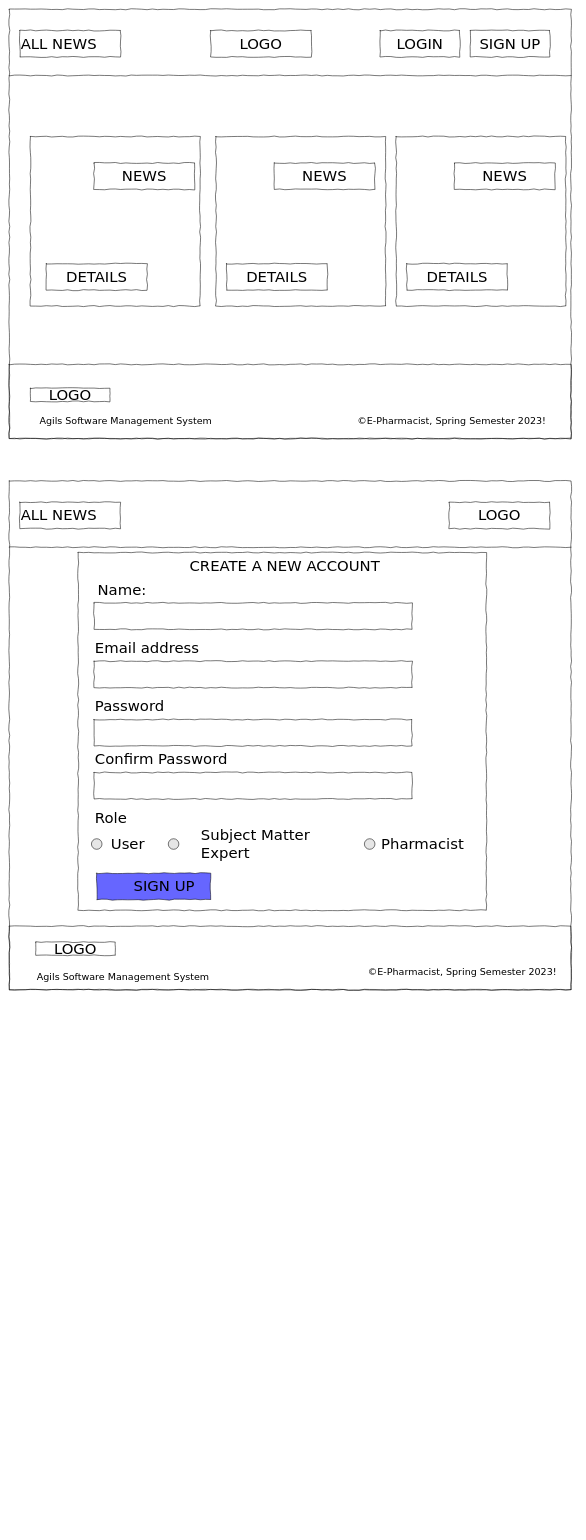
This is WireFrames/wireframe for patients/user .drawio from pemachozom/E-Pharmacy, a draw.io file, before an edit. Source tidied: cells renumbered, new cells numbered last; positions are measured from the earlier drawing's top-left corner, leaving out a move shared by most shapes. Both pictures are drawn from the tidied source at 53%, with x=0, y=0 at pixel (9, 9).
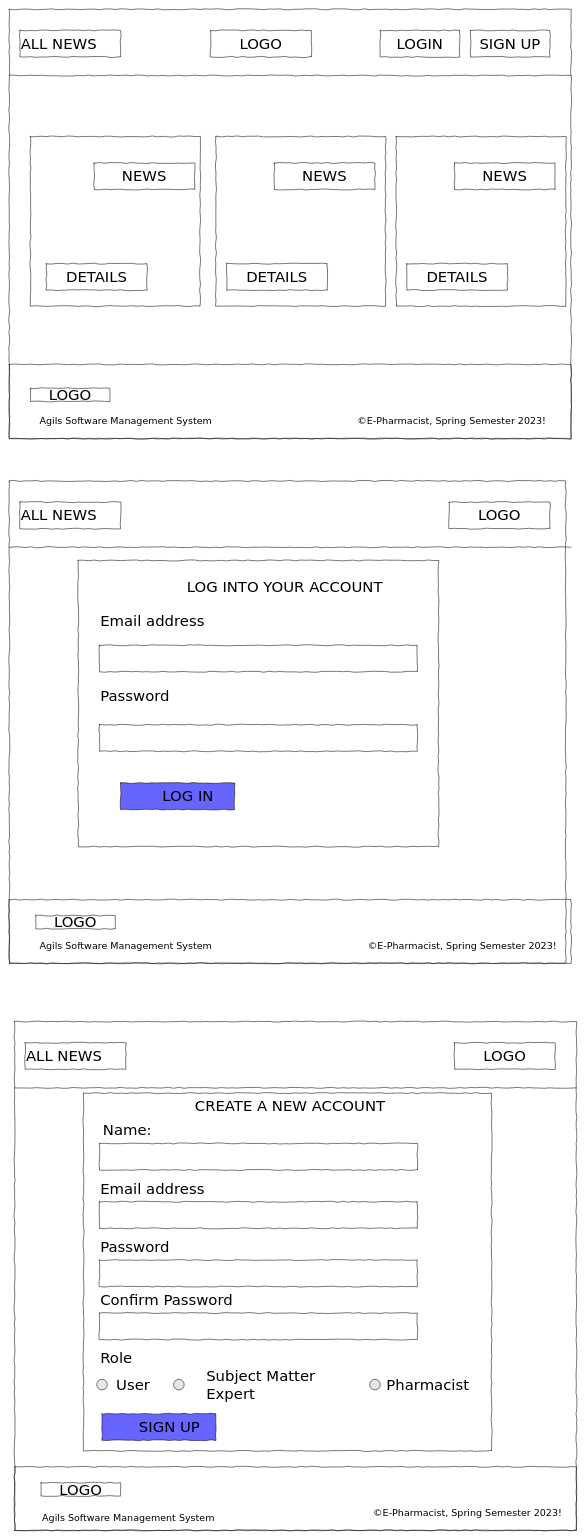
Above is the later version.

Commit message (it also covers changes not shown here):
Update wireframe for patients/user .drawio

Diff of the diagram source:
```diff
@@
     <mxCell id="21" style="whiteSpace=wrap;html=1;rounded=0;shadow=0;labelBackgroundColor=none;strokeColor=#000000;strokeWidth=1;fillColor=none;fontFamily=Verdana;fontSize=12;fontColor=#000000;align=center;comic=1;" parent="1" vertex="1">
-      <mxGeometry y="890" width="1060" height="960" as="geometry" />
+      <mxGeometry y="890" width="1050" height="910" as="geometry" />
     </mxCell>
@@
     <mxCell id="24" value="&lt;div style=&quot;text-align: justify&quot;&gt;&lt;br&gt;&lt;/div&gt;" style="whiteSpace=wrap;html=1;rounded=0;shadow=0;labelBackgroundColor=none;strokeWidth=1;fillColor=none;fontFamily=Verdana;fontSize=12;align=center;verticalAlign=top;spacing=10;comic=1;" parent="1" vertex="1">
-      <mxGeometry y="1730" width="1060" height="120" as="geometry" />
+      <mxGeometry y="1680" width="1060" height="120" as="geometry" />
     </mxCell>
@@
     <mxCell id="26" style="whiteSpace=wrap;html=1;rounded=0;shadow=0;labelBackgroundColor=none;strokeWidth=1;fillColor=none;fontFamily=Verdana;fontSize=12;align=center;comic=1;" parent="1" vertex="1">
-      <mxGeometry x="130" y="1025" width="770" height="675" as="geometry" />
+      <mxGeometry x="130" y="1040" width="680" height="540" as="geometry" />
     </mxCell>
-    <mxCell id="27" value="CREATE A NEW ACCOUNT" style="whiteSpace=wrap;html=1;rounded=0;shadow=0;labelBackgroundColor=none;strokeWidth=1;fontFamily=Verdana;fontSize=28;align=center;comic=1;strokeColor=none;" parent="1" vertex="1">
-      <mxGeometry x="260" y="1030" width="520" height="40" as="geometry" />
+    <mxCell id="27" value="LOG INTO YOUR ACCOUNT" style="whiteSpace=wrap;html=1;rounded=0;shadow=0;labelBackgroundColor=none;strokeWidth=1;fontFamily=Verdana;fontSize=28;align=center;comic=1;strokeColor=none;" parent="1" vertex="1">
+      <mxGeometry x="260" y="1070" width="520" height="40" as="geometry" />
     </mxCell>
     <mxCell id="28" value="LOGO" style="whiteSpace=wrap;html=1;rounded=0;shadow=0;labelBackgroundColor=none;strokeWidth=1;fontFamily=Verdana;fontSize=28;align=center;comic=1;" parent="1" vertex="1">
-      <mxGeometry x="50" y="1760" width="150" height="25" as="geometry" />
+      <mxGeometry x="50" y="1710" width="150" height="25" as="geometry" />
     </mxCell>
     <mxCell id="29" value="&lt;font style=&quot;font-size: 18px;&quot;&gt;Agils Software Management System&lt;/font&gt;" style="whiteSpace=wrap;html=1;rounded=0;shadow=0;labelBackgroundColor=none;strokeWidth=1;fontFamily=Verdana;fontSize=28;align=center;comic=1;strokeColor=none;" parent="1" vertex="1">
-      <mxGeometry x="35" y="1810" width="360" height="25" as="geometry" />
+      <mxGeometry x="40" y="1750" width="360" height="25" as="geometry" />
     </mxCell>
     <mxCell id="30" value="&lt;font style=&quot;font-size: 18px;&quot;&gt;©E-Pharmacist, Spring Semester 2023!&lt;/font&gt;" style="whiteSpace=wrap;html=1;rounded=0;shadow=0;labelBackgroundColor=none;strokeWidth=1;fontFamily=Verdana;fontSize=28;align=center;comic=1;strokeColor=none;" parent="1" vertex="1">
-      <mxGeometry x="670" y="1800" width="370" height="25" as="geometry" />
+      <mxGeometry x="670" y="1750" width="370" height="25" as="geometry" />
     </mxCell>
-    <mxCell id="31" value="Name:" style="whiteSpace=wrap;html=1;rounded=0;shadow=0;labelBackgroundColor=none;strokeWidth=1;fontFamily=Verdana;fontSize=28;align=left;comic=1;strokeColor=none;" parent="1" vertex="1">
-      <mxGeometry x="165" y="1080" width="110" height="30" as="geometry" />
+    <mxCell id="31" value="Email address" style="whiteSpace=wrap;html=1;rounded=0;shadow=0;labelBackgroundColor=none;strokeWidth=1;fontFamily=Verdana;fontSize=28;align=left;comic=1;strokeColor=none;" parent="1" vertex="1">
+      <mxGeometry x="170" y="1140" width="235" height="30" as="geometry" />
     </mxCell>
     <mxCell id="32" style="whiteSpace=wrap;html=1;rounded=0;shadow=0;labelBackgroundColor=none;strokeWidth=1;fontFamily=Verdana;fontSize=28;align=left;comic=1;" parent="1" vertex="1">
-      <mxGeometry x="160" y="1120" width="600" height="50" as="geometry" />
+      <mxGeometry x="170" y="1200" width="600" height="50" as="geometry" />
     </mxCell>
-    <mxCell id="33" value="Email address" style="whiteSpace=wrap;html=1;rounded=0;shadow=0;labelBackgroundColor=none;strokeWidth=1;fontFamily=Verdana;fontSize=28;align=left;comic=1;strokeColor=none;" parent="1" vertex="1">
-      <mxGeometry x="160" y="1190" width="200" height="30" as="geometry" />
+    <mxCell id="33" value="Password" style="whiteSpace=wrap;html=1;rounded=0;shadow=0;labelBackgroundColor=none;strokeWidth=1;fontFamily=Verdana;fontSize=28;align=left;comic=1;strokeColor=none;" parent="1" vertex="1">
+      <mxGeometry x="170" y="1280" width="200" height="30" as="geometry" />
     </mxCell>
     <mxCell id="34" style="whiteSpace=wrap;html=1;rounded=0;shadow=0;labelBackgroundColor=none;strokeWidth=1;fontFamily=Verdana;fontSize=28;align=left;comic=1;" parent="1" vertex="1">
-      <mxGeometry x="160" y="1230" width="600" height="50" as="geometry" />
+      <mxGeometry x="170" y="1350" width="600" height="50" as="geometry" />
     </mxCell>
+    <mxCell id="40" value="&lt;blockquote style=&quot;margin: 0 0 0 40px; border: none; padding: 0px;&quot;&gt;LOG IN&lt;/blockquote&gt;" style="whiteSpace=wrap;html=1;rounded=0;shadow=0;labelBackgroundColor=none;strokeWidth=1;fontFamily=Verdana;fontSize=28;align=center;comic=1;fillColor=#6666FF;" parent="1" vertex="1">
+      <mxGeometry x="210" y="1460" width="215" height="50" as="geometry" />
+    </mxCell>
+    <mxCell id="47" style="whiteSpace=wrap;html=1;rounded=0;shadow=0;labelBackgroundColor=none;strokeColor=#000000;strokeWidth=1;fillColor=none;fontFamily=Verdana;fontSize=12;fontColor=#000000;align=center;comic=1;" parent="1" vertex="1">
+      <mxGeometry x="10" y="1910" width="1060" height="960" as="geometry" />
+    </mxCell>
+    <mxCell id="48" value="ALL NEWS" style="whiteSpace=wrap;html=1;rounded=0;shadow=0;labelBackgroundColor=none;strokeWidth=1;fontFamily=Verdana;fontSize=28;align=left;comic=1;" parent="1" vertex="1">
+      <mxGeometry x="30" y="1950" width="190" height="50" as="geometry" />
+    </mxCell>
+    <mxCell id="49" style="line;strokeWidth=1;html=1;rounded=0;shadow=0;labelBackgroundColor=none;fillColor=none;fontFamily=Verdana;fontSize=14;fontColor=#000000;align=center;comic=1;" parent="1" vertex="1">
+      <mxGeometry x="10" y="2030" width="1060" height="10" as="geometry" />
+    </mxCell>
+    <mxCell id="50" value="&lt;div style=&quot;text-align: justify&quot;&gt;&lt;br&gt;&lt;/div&gt;" style="whiteSpace=wrap;html=1;rounded=0;shadow=0;labelBackgroundColor=none;strokeWidth=1;fillColor=none;fontFamily=Verdana;fontSize=12;align=center;verticalAlign=top;spacing=10;comic=1;" parent="1" vertex="1">
+      <mxGeometry x="10" y="2750" width="1060" height="120" as="geometry" />
+    </mxCell>
+    <mxCell id="51" value="LOGO" style="whiteSpace=wrap;html=1;rounded=0;shadow=0;labelBackgroundColor=none;strokeWidth=1;fontFamily=Verdana;fontSize=28;align=center;comic=1;" parent="1" vertex="1">
+      <mxGeometry x="840" y="1950" width="190" height="50" as="geometry" />
+    </mxCell>
+    <mxCell id="52" style="whiteSpace=wrap;html=1;rounded=0;shadow=0;labelBackgroundColor=none;strokeWidth=1;fillColor=none;fontFamily=Verdana;fontSize=12;align=center;comic=1;" parent="1" vertex="1">
+      <mxGeometry x="140" y="2045" width="770" height="675" as="geometry" />
+    </mxCell>
+    <mxCell id="53" value="CREATE A NEW ACCOUNT" style="whiteSpace=wrap;html=1;rounded=0;shadow=0;labelBackgroundColor=none;strokeWidth=1;fontFamily=Verdana;fontSize=28;align=center;comic=1;strokeColor=none;" parent="1" vertex="1">
+      <mxGeometry x="270" y="2050" width="520" height="40" as="geometry" />
+    </mxCell>
+    <mxCell id="54" value="LOGO" style="whiteSpace=wrap;html=1;rounded=0;shadow=0;labelBackgroundColor=none;strokeWidth=1;fontFamily=Verdana;fontSize=28;align=center;comic=1;" parent="1" vertex="1">
+      <mxGeometry x="60" y="2780" width="150" height="25" as="geometry" />
+    </mxCell>
+    <mxCell id="55" value="&lt;font style=&quot;font-size: 18px;&quot;&gt;Agils Software Management System&lt;/font&gt;" style="whiteSpace=wrap;html=1;rounded=0;shadow=0;labelBackgroundColor=none;strokeWidth=1;fontFamily=Verdana;fontSize=28;align=center;comic=1;strokeColor=none;" parent="1" vertex="1">
+      <mxGeometry x="45" y="2830" width="360" height="25" as="geometry" />
+    </mxCell>
+    <mxCell id="56" value="&lt;font style=&quot;font-size: 18px;&quot;&gt;©E-Pharmacist, Spring Semester 2023!&lt;/font&gt;" style="whiteSpace=wrap;html=1;rounded=0;shadow=0;labelBackgroundColor=none;strokeWidth=1;fontFamily=Verdana;fontSize=28;align=center;comic=1;strokeColor=none;" parent="1" vertex="1">
+      <mxGeometry x="680" y="2820" width="370" height="25" as="geometry" />
+    </mxCell>
+    <mxCell id="57" value="Name:" style="whiteSpace=wrap;html=1;rounded=0;shadow=0;labelBackgroundColor=none;strokeWidth=1;fontFamily=Verdana;fontSize=28;align=left;comic=1;strokeColor=none;" parent="1" vertex="1">
+      <mxGeometry x="175" y="2100" width="110" height="30" as="geometry" />
+    </mxCell>
+    <mxCell id="58" style="whiteSpace=wrap;html=1;rounded=0;shadow=0;labelBackgroundColor=none;strokeWidth=1;fontFamily=Verdana;fontSize=28;align=left;comic=1;" parent="1" vertex="1">
+      <mxGeometry x="170" y="2140" width="600" height="50" as="geometry" />
+    </mxCell>
+    <mxCell id="59" value="Email address" style="whiteSpace=wrap;html=1;rounded=0;shadow=0;labelBackgroundColor=none;strokeWidth=1;fontFamily=Verdana;fontSize=28;align=left;comic=1;strokeColor=none;" parent="1" vertex="1">
+      <mxGeometry x="170" y="2210" width="200" height="30" as="geometry" />
+    </mxCell>
+    <mxCell id="60" style="whiteSpace=wrap;html=1;rounded=0;shadow=0;labelBackgroundColor=none;strokeWidth=1;fontFamily=Verdana;fontSize=28;align=left;comic=1;" parent="1" vertex="1">
+      <mxGeometry x="170" y="2250" width="600" height="50" as="geometry" />
+    </mxCell>
     <mxCell id="35" value="Password" style="whiteSpace=wrap;html=1;rounded=0;shadow=0;labelBackgroundColor=none;strokeWidth=1;fontFamily=Verdana;fontSize=28;align=left;comic=1;strokeColor=none;" parent="1" vertex="1">
-      <mxGeometry x="160" y="1300" width="110" height="30" as="geometry" />
+      <mxGeometry x="170" y="2320" width="110" height="30" as="geometry" />
     </mxCell>
-    <mxCell id="36" style="whiteSpace=wrap;html=1;rounded=0;shadow=0;labelBackgroundColor=none;strokeWidth=1;fontFamily=Verdana;fontSize=28;align=left;comic=1;" parent="1" vertex="1">
-      <mxGeometry x="160" y="1340" width="600" height="50" as="geometry" />
-    </mxCell>
+    <mxCell id="61" style="whiteSpace=wrap;html=1;rounded=0;shadow=0;labelBackgroundColor=none;strokeWidth=1;fontFamily=Verdana;fontSize=28;align=left;comic=1;" parent="1" vertex="1">
+      <mxGeometry x="170" y="2360" width="600" height="50" as="geometry" />
+    </mxCell>
     <mxCell id="37" value="Confirm Password" style="whiteSpace=wrap;html=1;rounded=0;shadow=0;labelBackgroundColor=none;strokeWidth=1;fontFamily=Verdana;fontSize=28;align=left;comic=1;strokeColor=none;" parent="1" vertex="1">
-      <mxGeometry x="160" y="1400" width="280" height="30" as="geometry" />
+      <mxGeometry x="170" y="2420" width="280" height="30" as="geometry" />
     </mxCell>
-    <mxCell id="38" style="whiteSpace=wrap;html=1;rounded=0;shadow=0;labelBackgroundColor=none;strokeWidth=1;fontFamily=Verdana;fontSize=28;align=left;comic=1;" parent="1" vertex="1">
-      <mxGeometry x="160" y="1440" width="600" height="50" as="geometry" />
-    </mxCell>
+    <mxCell id="62" style="whiteSpace=wrap;html=1;rounded=0;shadow=0;labelBackgroundColor=none;strokeWidth=1;fontFamily=Verdana;fontSize=28;align=left;comic=1;" parent="1" vertex="1">
+      <mxGeometry x="170" y="2460" width="600" height="50" as="geometry" />
+    </mxCell>
     <mxCell id="39" value="&lt;font style=&quot;font-size: 28px;&quot;&gt;Role&lt;/font&gt;" style="whiteSpace=wrap;html=1;rounded=0;shadow=0;labelBackgroundColor=none;strokeWidth=1;fontFamily=Verdana;fontSize=28;align=left;comic=1;strokeColor=none;" parent="1" vertex="1">
-      <mxGeometry x="160" y="1510" width="80" height="30" as="geometry" />
+      <mxGeometry x="170" y="2530" width="80" height="30" as="geometry" />
     </mxCell>
-    <mxCell id="40" value="&lt;blockquote style=&quot;margin: 0 0 0 40px; border: none; padding: 0px;&quot;&gt;SIGN UP&lt;/blockquote&gt;" style="whiteSpace=wrap;html=1;rounded=0;shadow=0;labelBackgroundColor=none;strokeWidth=1;fontFamily=Verdana;fontSize=28;align=center;comic=1;fillColor=#6666FF;" parent="1" vertex="1">
-      <mxGeometry x="165" y="1630" width="215" height="50" as="geometry" />
-    </mxCell>
+    <mxCell id="63" value="&lt;blockquote style=&quot;margin: 0 0 0 40px; border: none; padding: 0px;&quot;&gt;SIGN UP&lt;/blockquote&gt;" style="whiteSpace=wrap;html=1;rounded=0;shadow=0;labelBackgroundColor=none;strokeWidth=1;fontFamily=Verdana;fontSize=28;align=center;comic=1;fillColor=#6666FF;" parent="1" vertex="1">
+      <mxGeometry x="175" y="2650" width="215" height="50" as="geometry" />
+    </mxCell>
     <mxCell id="41" value="User" style="whiteSpace=wrap;html=1;rounded=0;shadow=0;labelBackgroundColor=none;strokeWidth=1;fontFamily=Verdana;fontSize=28;align=left;comic=1;strokeColor=none;" parent="1" vertex="1">
-      <mxGeometry x="190" y="1560" width="80" height="30" as="geometry" />
+      <mxGeometry x="200" y="2580" width="80" height="30" as="geometry" />
     </mxCell>
     <mxCell id="42" value="&lt;font style=&quot;font-size: 28px;&quot;&gt;Subject Matter Expert&lt;/font&gt;" style="whiteSpace=wrap;html=1;rounded=0;shadow=0;labelBackgroundColor=none;strokeWidth=1;fontFamily=Verdana;fontSize=28;align=left;comic=1;strokeColor=none;" parent="1" vertex="1">
-      <mxGeometry x="360" y="1560" width="285" height="30" as="geometry" />
+      <mxGeometry x="370" y="2580" width="285" height="30" as="geometry" />
     </mxCell>
     <mxCell id="43" value="&lt;font style=&quot;font-size: 28px;&quot;&gt;Pharmacist&lt;/font&gt;" style="whiteSpace=wrap;html=1;rounded=0;shadow=0;labelBackgroundColor=none;strokeWidth=1;fontFamily=Verdana;fontSize=28;align=left;comic=1;strokeColor=none;" parent="1" vertex="1">
-      <mxGeometry x="700" y="1560" width="180" height="30" as="geometry" />
+      <mxGeometry x="710" y="2580" width="180" height="30" as="geometry" />
     </mxCell>
-    <mxCell id="44" style="ellipse;whiteSpace=wrap;html=1;fillColor=#E6E6E6;" parent="1" vertex="1">
-      <mxGeometry x="155" y="1565" width="20" height="20" as="geometry" />
-    </mxCell>
-    <mxCell id="45" style="ellipse;whiteSpace=wrap;html=1;fillColor=#E6E6E6;" parent="1" vertex="1">
-      <mxGeometry x="670" y="1565" width="20" height="20" as="geometry" />
-    </mxCell>
-    <mxCell id="46" style="ellipse;whiteSpace=wrap;html=1;fillColor=#E6E6E6;" parent="1" vertex="1">
-      <mxGeometry x="300" y="1565" width="20" height="20" as="geometry" />
-    </mxCell>
+    <mxCell id="64" style="ellipse;whiteSpace=wrap;html=1;fillColor=#E6E6E6;" parent="1" vertex="1">
+      <mxGeometry x="165" y="2585" width="20" height="20" as="geometry" />
+    </mxCell>
+    <mxCell id="65" style="ellipse;whiteSpace=wrap;html=1;fillColor=#E6E6E6;" parent="1" vertex="1">
+      <mxGeometry x="680" y="2585" width="20" height="20" as="geometry" />
+    </mxCell>
+    <mxCell id="66" style="ellipse;whiteSpace=wrap;html=1;fillColor=#E6E6E6;" parent="1" vertex="1">
+      <mxGeometry x="310" y="2585" width="20" height="20" as="geometry" />
+    </mxCell>
```
